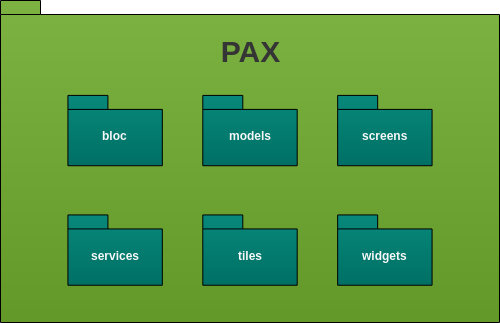
pax-app/Wiki keeps this draw.io diagram as assets/pacotesFront.png. Above is the earlier version. Source tidied: cells renumbered, new cells last; positions are measured from the earlier drawing's top-left corner, leaving out a move shared by most shapes.
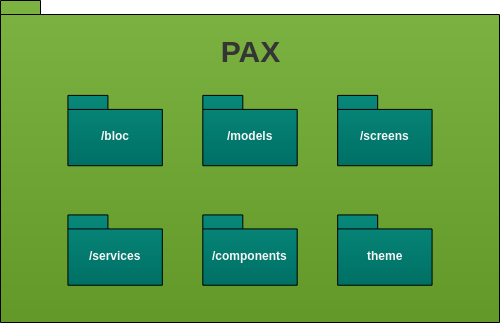
The same diagram one commit later.

The edit, as a diff of the source:
```diff
@@ -8,22 +8,22 @@
     <mxCell id="3" style="shape=folder;fontStyle=1;spacingTop=10;tabWidth=40;tabHeight=14;tabPosition=left;html=1;fillColor=#7cb342;gradientColor=#639929;" parent="2" vertex="1">
       <mxGeometry width="499" height="322" as="geometry" />
     </mxCell>
-    <mxCell id="4" value="&lt;font&gt;bloc&lt;/font&gt;" style="shape=folder;fontStyle=1;spacingTop=10;tabWidth=40;tabHeight=14;tabPosition=left;html=1;flipH=0;fillColor=#08897B;fontColor=#f7f7f7;gradientColor=#007065;" parent="2" vertex="1">
+    <mxCell id="4" value="&lt;font&gt;/bloc&lt;/font&gt;" style="shape=folder;fontStyle=1;spacingTop=10;tabWidth=40;tabHeight=14;tabPosition=left;html=1;flipH=0;fillColor=#08897B;fontColor=#f7f7f7;gradientColor=#007065;" parent="2" vertex="1">
       <mxGeometry x="67.4" y="94.9" width="94.4" height="70.3" as="geometry" />
     </mxCell>
-    <mxCell id="5" value="models" style="shape=folder;fontStyle=1;spacingTop=10;tabWidth=40;tabHeight=14;tabPosition=left;html=1;flipH=0;strokeColor=#000000;fontColor=#F7F7F7;fillColor=#08897B;gradientColor=#007065;" parent="2" vertex="1">
+    <mxCell id="5" value="/models" style="shape=folder;fontStyle=1;spacingTop=10;tabWidth=40;tabHeight=14;tabPosition=left;html=1;flipH=0;strokeColor=#000000;fontColor=#F7F7F7;fillColor=#08897B;gradientColor=#007065;" parent="2" vertex="1">
       <mxGeometry x="202.3" y="94.9" width="94.4" height="70.3" as="geometry" />
     </mxCell>
-    <mxCell id="6" value="screens" style="shape=folder;fontStyle=1;spacingTop=10;tabWidth=40;tabHeight=14;tabPosition=left;html=1;flipH=0;strokeColor=#000000;fontColor=#F7F7F7;fillColor=#08897B;gradientColor=#007065;" parent="2" vertex="1">
+    <mxCell id="6" value="/screens" style="shape=folder;fontStyle=1;spacingTop=10;tabWidth=40;tabHeight=14;tabPosition=left;html=1;flipH=0;strokeColor=#000000;fontColor=#F7F7F7;fillColor=#08897B;gradientColor=#007065;" parent="2" vertex="1">
       <mxGeometry x="337.2" y="94.9" width="94.4" height="70.3" as="geometry" />
     </mxCell>
-    <mxCell id="7" value="tiles" style="shape=folder;fontStyle=1;spacingTop=10;tabWidth=40;tabHeight=14;tabPosition=left;html=1;strokeColor=#000000;fontColor=#F7F7F7;fillColor=#08897B;gradientColor=#007065;" parent="2" vertex="1">
+    <mxCell id="7" value="/components" style="shape=folder;fontStyle=1;spacingTop=10;tabWidth=40;tabHeight=14;tabPosition=left;html=1;strokeColor=#000000;fontColor=#F7F7F7;fillColor=#08897B;gradientColor=#007065;" parent="2" vertex="1">
       <mxGeometry x="202.3" y="214.4" width="94.4" height="70.3" as="geometry" />
     </mxCell>
-    <mxCell id="8" value="services" style="shape=folder;fontStyle=1;spacingTop=10;tabWidth=40;tabHeight=14;tabPosition=left;html=1;strokeColor=#000000;fontColor=#F7F7F7;fillColor=#08897B;gradientColor=#007065;" parent="2" vertex="1">
+    <mxCell id="8" value="/services" style="shape=folder;fontStyle=1;spacingTop=10;tabWidth=40;tabHeight=14;tabPosition=left;html=1;strokeColor=#000000;fontColor=#F7F7F7;fillColor=#08897B;gradientColor=#007065;" parent="2" vertex="1">
       <mxGeometry x="67.4" y="214.4" width="94.4" height="70.3" as="geometry" />
     </mxCell>
-    <mxCell id="9" value="widgets" style="shape=folder;fontStyle=1;spacingTop=10;tabWidth=40;tabHeight=14;tabPosition=left;html=1;strokeColor=#000000;fontColor=#F7F7F7;fillColor=#08897B;gradientColor=#007065;" parent="2" vertex="1">
+    <mxCell id="9" value="theme" style="shape=folder;fontStyle=1;spacingTop=10;tabWidth=40;tabHeight=14;tabPosition=left;html=1;strokeColor=#000000;fontColor=#F7F7F7;fillColor=#08897B;gradientColor=#007065;" parent="2" vertex="1">
       <mxGeometry x="337.2" y="214.4" width="94.4" height="70.3" as="geometry" />
     </mxCell>
     <mxCell id="10" value="&lt;h1 style=&quot;font-size: 30px;&quot;&gt;&lt;font style=&quot;font-size: 30px;&quot;&gt;PAX&lt;/font&gt;&lt;/h1&gt;" style="text;html=1;strokeColor=none;fillColor=none;align=center;verticalAlign=middle;whiteSpace=wrap;rounded=0;fontSize=30;fontColor=#353535;" parent="2" vertex="1">
```
